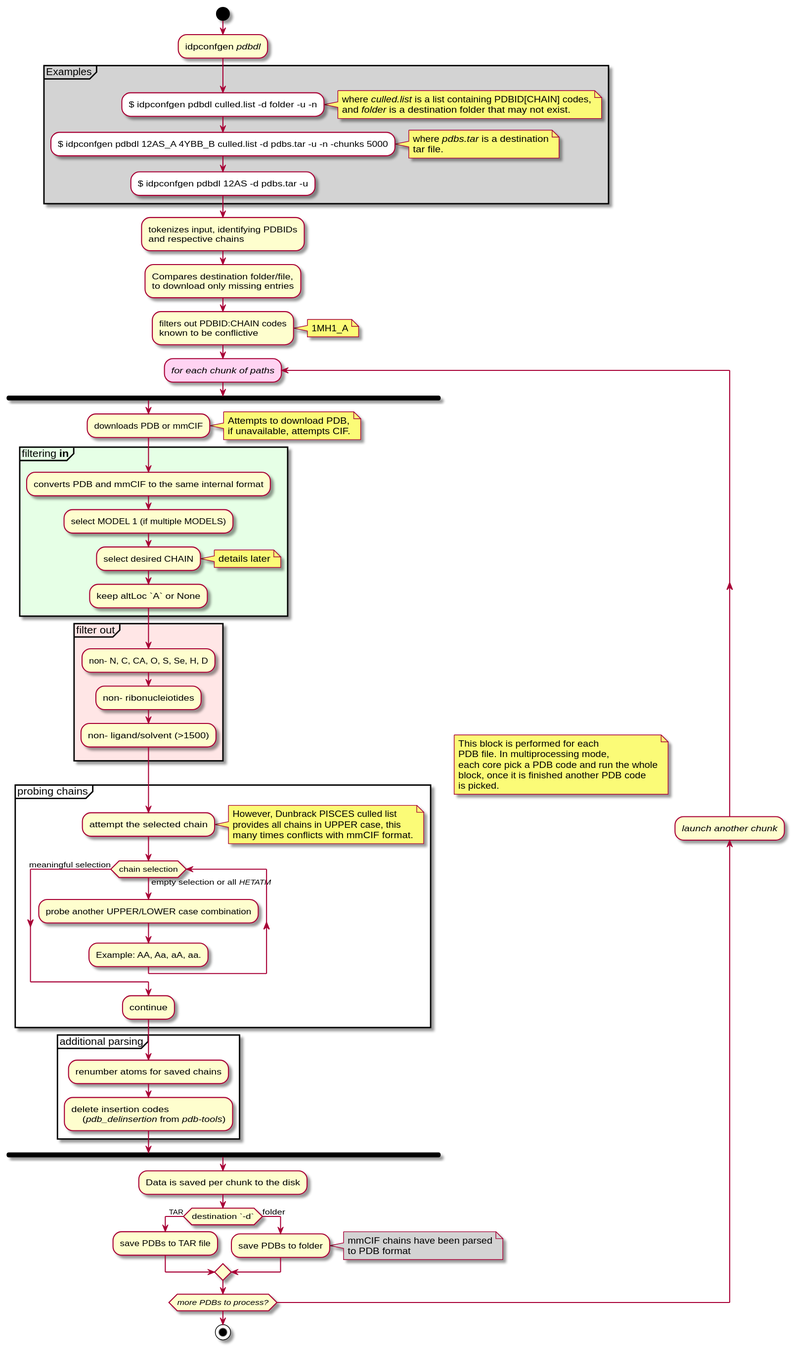
Above: docs/UMLs/idpconfgen_pdbdl.svg in julie-forman-kay-lab/IDPConformerGenerator (PlantUML), before the change.
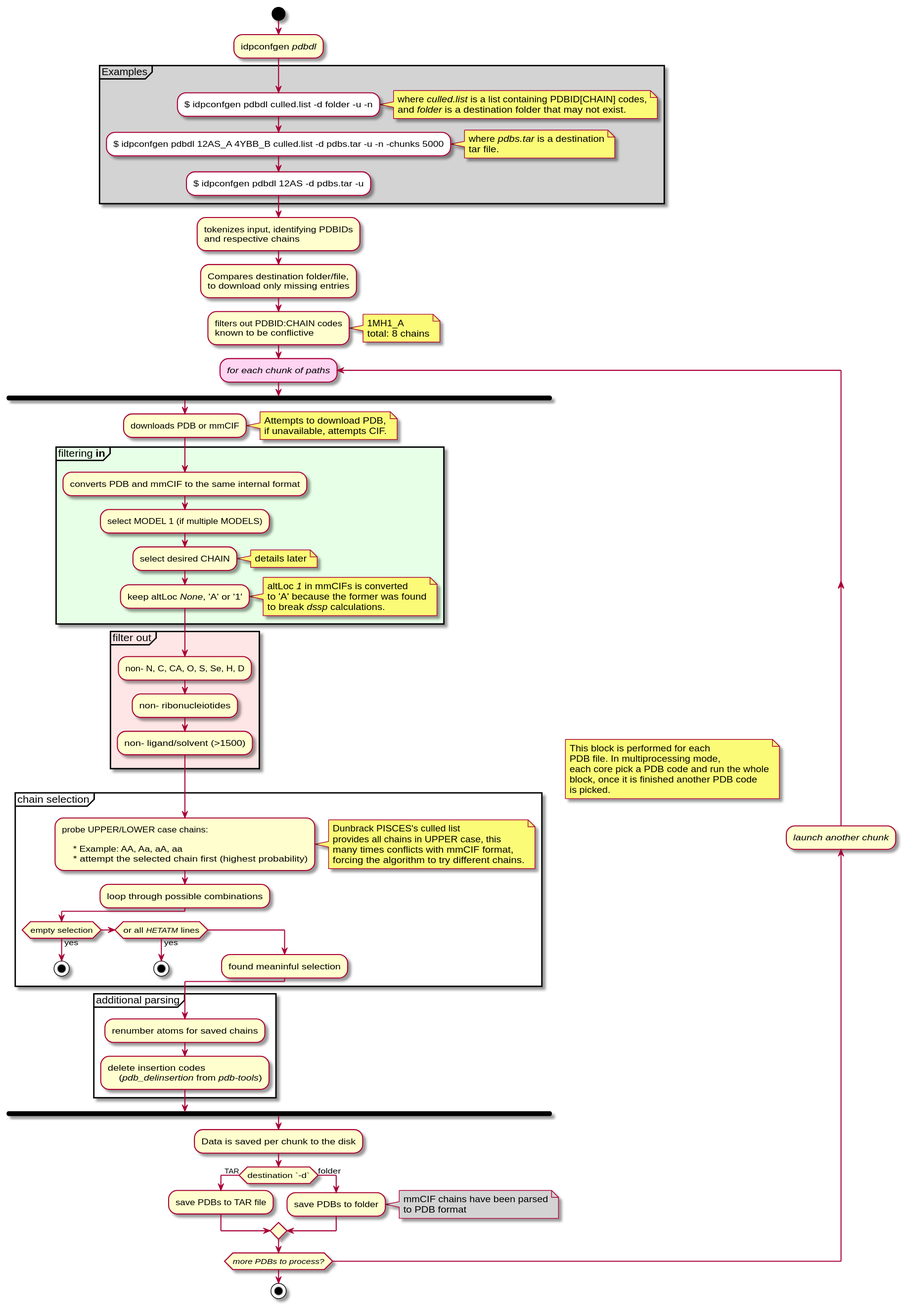
The same file after the commit.

Commit message:
Corrected from chains, Blacklist others

Diff of the diagram source:
```diff
@@ -28,6 +28,7 @@
 known to be conflictive;
 note right
     1MH1_A
+    total: 8 chains
 end note
 
 #FFD3F2:repeat ://for each chunk of paths//;
@@ -46,7 +47,12 @@
     note right
         details later
     end note
-    :keep altLoc `A` or None;
+    :keep altLoc //None//, 'A' or '1';
+    note right
+        altLoc //1// in mmCIFs is converted
+        to 'A' because the former was found
+        to break //dssp// calculations.
+    end note
 }
 
 partition #ffe6e6 "filter out" {
@@ -56,18 +62,25 @@
 
 }
 
-partition "probing chains" {
-    :attempt the selected chain;
+partition "chain selection" {
+    :probe UPPER/LOWER case chains:
+
+        * Example: AA, Aa, aA, aa
+        * attempt the selected chain first (highest probability);
     note right
-        However, Dunbrack PISCES culled list
+        Dunbrack PISCES's culled list
         provides all chains in UPPER case, this
-        many times conflicts with mmCIF format.
+        many times conflicts with mmCIF format,
+        forcing the algorithm to try different chains.
     end note
-    while (chain selection) is (empty selection or all //HETATM//)
-        :probe another UPPER/LOWER case combination;
-        :Example: AA, Aa, aA, aa.;
-    endwhile (meaningful selection)
-    :continue;
+    :loop through possible combinations;
+    if (empty selection) then (yes)
+        stop
+    elseif (or all //HETATM// lines) then (yes)
+        stop
+    else
+        :found meaninful selection;
+    endif
 }
 
 partition "additional parsing" {
```
